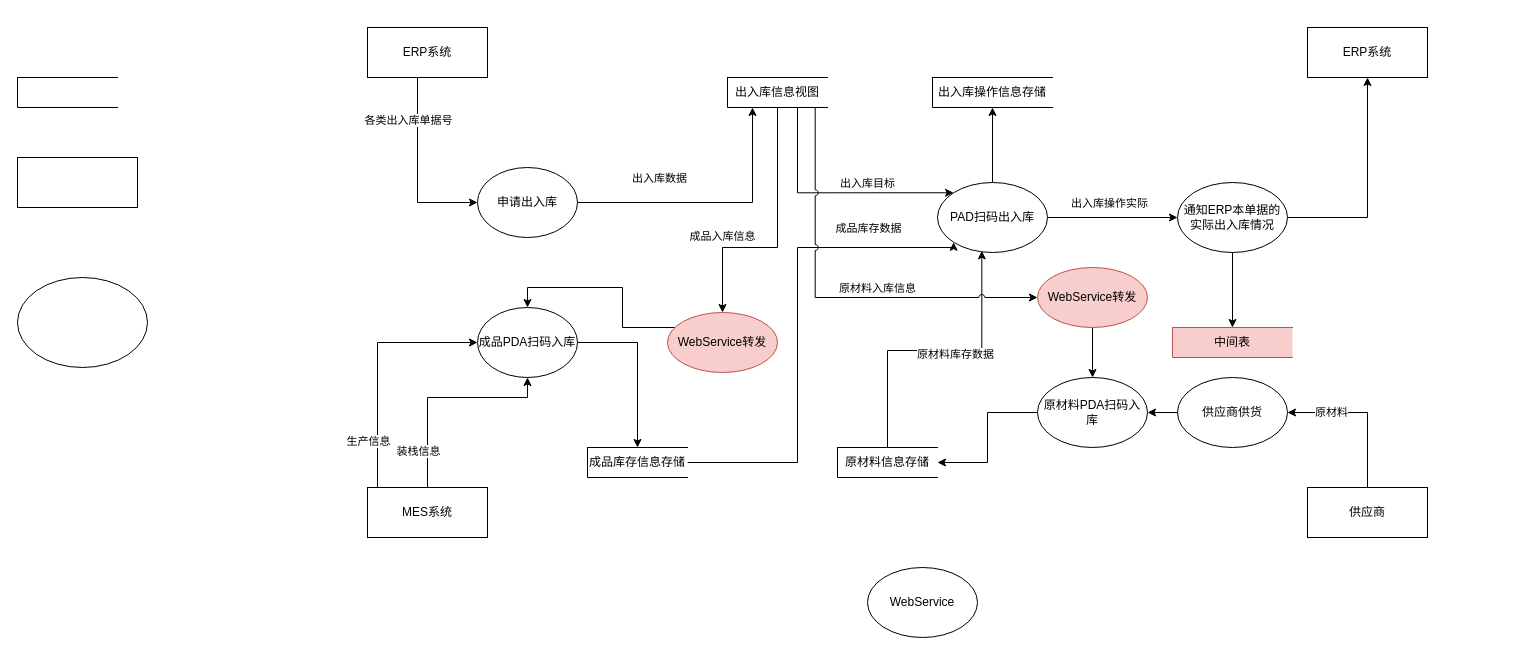
177-Liukuan/MyPicture keeps this draw.io diagram as wms数据流图.drawio. Above is the earlier version. Source tidied: cells renumbered, new cells numbered last; positions are measured from the earlier drawing's top-left corner, leaving out a move shared by most shapes. Both pictures are drawn from the tidied source at 100%, with x=0, y=0 at pixel (17, 27).
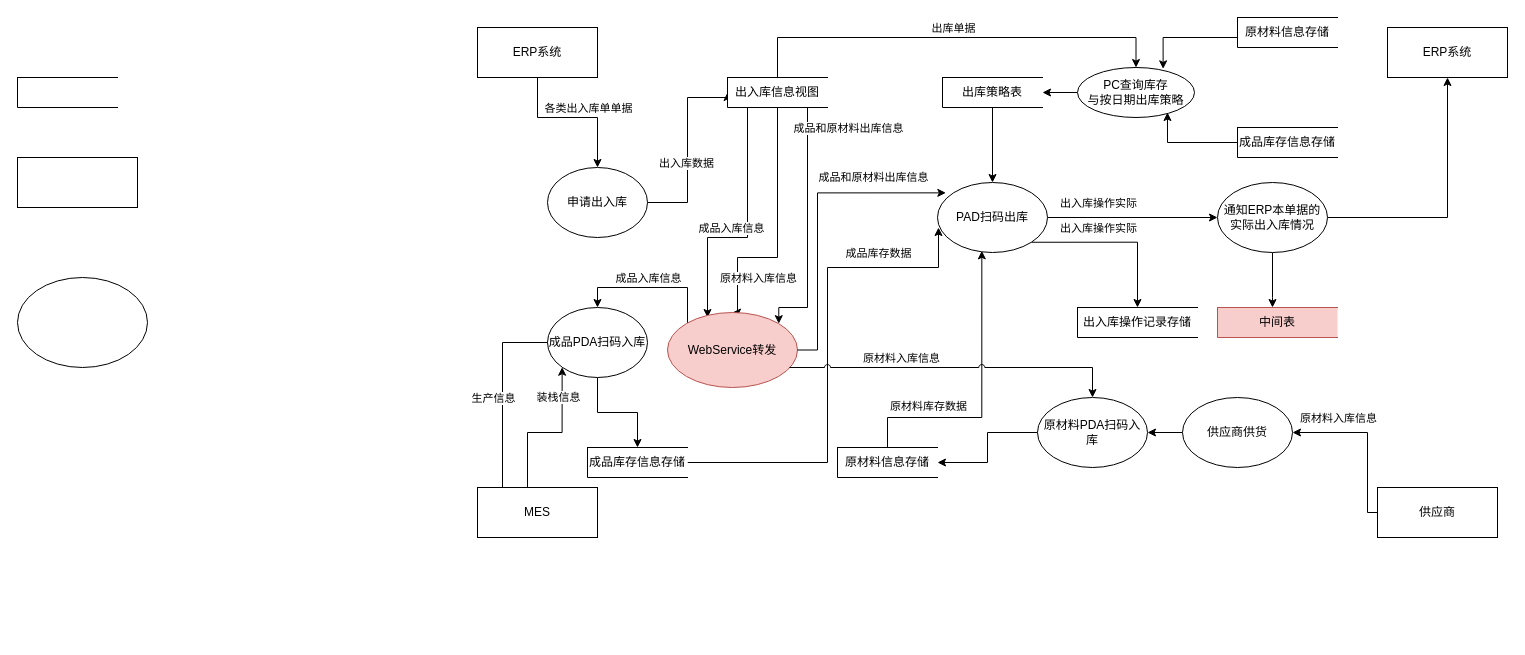
The same diagram, later.

Commit message (it also covers changes not shown here):
更新wms数据流图.drawio

Unchanged cells that the change refers to:
```xml
<mxCell id="15" value="出入库信息视图" style="html=1;dashed=0;whiteSpace=wrap;shape=partialRectangle;right=0;" parent="1" vertex="1">
  <mxGeometry x="710" y="50" width="100" height="30" as="geometry" />
</mxCell>
<mxCell id="24" style="edgeStyle=orthogonalEdgeStyle;rounded=0;jettySize=auto;html=1;" parent="1" edge="1" source="26" target="36">
  <mxGeometry relative="1" as="geometry" />
</mxCell>
<mxCell id="29" value="原材料信息存储" style="html=1;dashed=0;whiteSpace=wrap;shape=partialRectangle;right=0;" parent="1" vertex="1">
  <mxGeometry x="820" y="420" width="100" height="30" as="geometry" />
</mxCell>
<mxCell id="32" value="成品库存信息存储" style="html=1;dashed=0;whiteSpace=wrap;shape=partialRectangle;right=0;" parent="1" vertex="1">
  <mxGeometry x="570" y="420" width="100" height="30" as="geometry" />
</mxCell>
```

Change to the diagram source:
```diff
@@
-    <mxCell id="5" style="edgeStyle=orthogonalEdgeStyle;rounded=0;jettySize=auto;html=1;entryX=0;entryY=0.5;entryDx=0;entryDy=0;" parent="1" edge="1" source="7" target="10">
+    <mxCell id="5" style="edgeStyle=orthogonalEdgeStyle;rounded=0;jettySize=auto;html=1;entryX=0.5;entryY=0;entryDx=0;entryDy=0;" parent="1" edge="1" source="7" target="10">
       <mxGeometry relative="1" as="geometry">
         <Array as="points">
-          <mxPoint x="400" y="175" />
+          <mxPoint x="520" y="90" />
+          <mxPoint x="580" y="90" />
         </Array>
       </mxGeometry>
     </mxCell>
-    <mxCell id="6" value="各类出入库单据号" style="edgeLabel;html=1;align=center;verticalAlign=middle;" parent="5" vertex="1">
-      <mxGeometry x="0.02" relative="1" as="geometry">
-        <mxPoint x="-10" y="-52" as="offset" />
-      </mxGeometry>
-    </mxCell>
+    <mxCell id="53" value="各类出入库单单据" style="edgeLabel;html=1;align=center;verticalAlign=middle;" parent="5" vertex="1">
+      <mxGeometry x="-0.09" y="-2" relative="1" as="geometry">
+        <mxPoint x="22" y="-12" as="offset" />
+      </mxGeometry>
+    </mxCell>
     <mxCell id="7" value="ERP系统" style="rounded=0;whiteSpace=wrap;html=1;" parent="1" vertex="1">
-      <mxGeometry x="350" width="120" height="50" as="geometry" />
+      <mxGeometry x="460" width="120" height="50" as="geometry" />
     </mxCell>
-    <mxCell id="8" style="edgeStyle=orthogonalEdgeStyle;rounded=0;jettySize=auto;html=1;entryX=0.25;entryY=1;entryDx=0;entryDy=0;" parent="1" edge="1" source="10" target="15">
+    <mxCell id="8" style="edgeStyle=orthogonalEdgeStyle;rounded=0;jettySize=auto;html=1;entryX=0;entryY=0.5;entryDx=0;entryDy=0;" parent="1" edge="1" source="10" target="15">
       <mxGeometry relative="1" as="geometry">
         <Array as="points">
-          <mxPoint x="735" y="175" />
+          <mxPoint x="670" y="175" />
+          <mxPoint x="670" y="70" />
+          <mxPoint x="710" y="70" />
         </Array>
       </mxGeometry>
     </mxCell>
@@
     <mxCell id="10" value="申请出入库" style="ellipse;whiteSpace=wrap;html=1;" parent="1" vertex="1">
-      <mxGeometry x="460" y="140" width="100" height="70" as="geometry" />
+      <mxGeometry x="530" y="140" width="100" height="70" as="geometry" />
     </mxCell>
-    <mxCell id="11" style="edgeStyle=orthogonalEdgeStyle;rounded=0;jettySize=auto;html=1;entryX=0;entryY=0;entryDx=0;entryDy=0;" parent="1" edge="1" source="15" target="26">
-      <mxGeometry relative="1" as="geometry">
-        <Array as="points">
-          <mxPoint x="780" y="165" />
-        </Array>
-      </mxGeometry>
-    </mxCell>
-    <mxCell id="12" value="出入库目标" style="edgeLabel;html=1;align=center;verticalAlign=middle;" parent="11" vertex="1">
-      <mxGeometry x="0.11" y="2" relative="1" as="geometry">
-        <mxPoint x="21" y="-8" as="offset" />
-      </mxGeometry>
-    </mxCell>
-    <mxCell id="13" style="edgeStyle=orthogonalEdgeStyle;rounded=0;jettySize=auto;html=1;entryX=0.5;entryY=0;entryDx=0;entryDy=0;" parent="1" edge="1" source="15" target="52">
+    <mxCell id="13" style="edgeStyle=orthogonalEdgeStyle;rounded=0;jettySize=auto;html=1;" parent="1" edge="1" source="15">
       <mxGeometry relative="1" as="geometry">
+        <mxPoint x="690" y="290" as="targetPoint" />
         <Array as="points">
-          <mxPoint x="760" y="220" />
-          <mxPoint x="705" y="220" />
+          <mxPoint x="730" y="210" />
+          <mxPoint x="690" y="210" />
         </Array>
       </mxGeometry>
     </mxCell>
     <mxCell id="14" value="成品入库信息" style="edgeLabel;html=1;align=center;verticalAlign=middle;" parent="13" vertex="1">
       <mxGeometry x="0.35" y="4" relative="1" as="geometry">
-        <mxPoint x="-20" y="-16" as="offset" />
+        <mxPoint x="22" y="-14" as="offset" />
       </mxGeometry>
     </mxCell>
+    <mxCell id="54" style="edgeStyle=orthogonalEdgeStyle;rounded=0;jettySize=auto;html=1;entryX=0.5;entryY=0;entryDx=0;entryDy=0;" parent="1" edge="1" source="15" target="66">
+      <mxGeometry relative="1" as="geometry">
+        <Array as="points">
+          <mxPoint x="760" y="10" />
+          <mxPoint x="1119" y="10" />
+        </Array>
+      </mxGeometry>
+    </mxCell>
+    <mxCell id="55" value="出库单据" style="edgeLabel;html=1;align=center;verticalAlign=middle;" parent="54" vertex="1">
+      <mxGeometry x="-0.07" y="5" relative="1" as="geometry">
+        <mxPoint x="16" y="-5" as="offset" />
+      </mxGeometry>
+    </mxCell>
@@
-    <mxCell id="16" style="edgeStyle=orthogonalEdgeStyle;rounded=0;jettySize=auto;html=1;entryX=0;entryY=0.5;entryDx=0;entryDy=0;" parent="1" edge="1" source="20" target="22">
+    <mxCell id="16" style="edgeStyle=orthogonalEdgeStyle;rounded=0;orthogonalLoop=1;jettySize=auto;html=1;entryX=0;entryY=0.5;entryDx=0;entryDy=0;" parent="1" edge="1">
       <mxGeometry relative="1" as="geometry">
+        <mxPoint x="485" y="460" as="sourcePoint" />
+        <mxPoint x="555" y="315" as="targetPoint" />
         <Array as="points">
-          <mxPoint x="360" y="315" />
+          <mxPoint x="485" y="315" />
         </Array>
       </mxGeometry>
     </mxCell>
     <mxCell id="17" value="生产信息" style="edgeLabel;html=1;align=center;verticalAlign=middle;" parent="16" vertex="1">
       <mxGeometry x="-0.07" relative="1" as="geometry">
-        <mxPoint x="-10" y="67" as="offset" />
+        <mxPoint x="-10" y="10" as="offset" />
       </mxGeometry>
     </mxCell>
-    <mxCell id="18" style="edgeStyle=orthogonalEdgeStyle;rounded=0;jettySize=auto;html=1;" parent="1" edge="1" source="20" target="22">
+    <mxCell id="18" style="edgeStyle=orthogonalEdgeStyle;rounded=0;jettySize=auto;html=1;entryX=0;entryY=1;entryDx=0;entryDy=0;" parent="1" edge="1" source="20" target="22">
       <mxGeometry relative="1" as="geometry">
         <Array as="points">
-          <mxPoint x="410" y="370" />
-          <mxPoint x="510" y="370" />
+          <mxPoint x="510" y="405" />
+          <mxPoint x="545" y="405" />
         </Array>
       </mxGeometry>
     </mxCell>
     <mxCell id="19" value="装栈信息" style="edgeLabel;html=1;align=center;verticalAlign=middle;" parent="18" vertex="1">
-      <mxGeometry x="-0.74" y="-2" relative="1" as="geometry">
-        <mxPoint x="-12" y="-10" as="offset" />
+      <mxGeometry x="0.51" y="4" relative="1" as="geometry">
+        <mxPoint y="-8" as="offset" />
       </mxGeometry>
     </mxCell>
-    <mxCell id="20" value="MES系统" style="rounded=0;whiteSpace=wrap;html=1;" parent="1" vertex="1">
-      <mxGeometry x="350" y="460" width="120" height="50" as="geometry" />
+    <mxCell id="20" value="MES" style="rounded=0;whiteSpace=wrap;html=1;" parent="1" vertex="1">
+      <mxGeometry x="460" y="460" width="120" height="50" as="geometry" />
     </mxCell>
@@
     <mxCell id="22" value="成品PDA扫码入库" style="ellipse;whiteSpace=wrap;html=1;" parent="1" vertex="1">
-      <mxGeometry x="460" y="280" width="100" height="70" as="geometry" />
+      <mxGeometry x="530" y="280" width="100" height="70" as="geometry" />
     </mxCell>
-    <mxCell id="23" style="edgeStyle=orthogonalEdgeStyle;rounded=0;jettySize=auto;html=1;entryX=0.5;entryY=1;entryDx=0;entryDy=0;" parent="1" edge="1" source="26" target="33">
-      <mxGeometry relative="1" as="geometry" />
-    </mxCell>
@@
     <mxCell id="25" value="出入库操作实际" style="edgeLabel;html=1;align=center;verticalAlign=middle;" parent="24" vertex="1">
       <mxGeometry x="-0.33" y="3" relative="1" as="geometry">
-        <mxPoint x="17" y="-12" as="offset" />
+        <mxPoint x="-7" y="-12" as="offset" />
       </mxGeometry>
     </mxCell>
+    <mxCell id="23" style="edgeStyle=orthogonalEdgeStyle;rounded=0;jettySize=auto;html=1;exitX=1;exitY=1;exitDx=0;exitDy=0;entryX=0.5;entryY=0;entryDx=0;entryDy=0;" parent="1" edge="1" source="26" target="33">
+      <mxGeometry relative="1" as="geometry" />
+    </mxCell>
-    <mxCell id="26" value="PAD扫码出入库" style="ellipse;whiteSpace=wrap;html=1;" parent="1" vertex="1">
+    <mxCell id="26" value="PAD扫码出库" style="ellipse;whiteSpace=wrap;html=1;" parent="1" vertex="1">
       <mxGeometry x="920" y="155" width="110" height="70" as="geometry" />
     </mxCell>
     <mxCell id="27" style="edgeStyle=orthogonalEdgeStyle;rounded=0;jettySize=auto;html=1;entryX=0.403;entryY=0.976;entryDx=0;entryDy=0;entryPerimeter=0;" parent="1" edge="1" source="29" target="26">
       <mxGeometry relative="1" as="geometry">
         <Array as="points">
-          <mxPoint x="870" y="323" />
-          <mxPoint x="964" y="323" />
+          <mxPoint x="870" y="390" />
+          <mxPoint x="964" y="390" />
         </Array>
       </mxGeometry>
     </mxCell>
     <mxCell id="28" value="原材料库存数据" style="edgeLabel;html=1;align=center;verticalAlign=middle;" parent="27" vertex="1">
-      <mxGeometry x="0.13" y="-3" relative="1" as="geometry" />
+      <mxGeometry x="0.13" y="-3" relative="1" as="geometry">
+        <mxPoint x="-57" y="28" as="offset" />
+      </mxGeometry>
     </mxCell>
@@
-    <mxCell id="30" style="edgeStyle=orthogonalEdgeStyle;rounded=0;jettySize=auto;html=1;entryX=0;entryY=1;entryDx=0;entryDy=0;" parent="1" edge="1" source="32" target="26">
+    <mxCell id="30" style="edgeStyle=orthogonalEdgeStyle;rounded=0;jettySize=auto;html=1;entryX=0.009;entryY=0.643;entryDx=0;entryDy=0;entryPerimeter=0;jumpStyle=arc;" parent="1" edge="1" source="32" target="26">
       <mxGeometry relative="1" as="geometry">
         <Array as="points">
-          <mxPoint x="780" y="435" />
-          <mxPoint x="780" y="220" />
-          <mxPoint x="936" y="220" />
+          <mxPoint x="810" y="435" />
+          <mxPoint x="810" y="240" />
+          <mxPoint x="921" y="240" />
         </Array>
       </mxGeometry>
     </mxCell>
     <mxCell id="31" value="成品库存数据" style="edgeLabel;html=1;align=center;verticalAlign=middle;" parent="30" vertex="1">
       <mxGeometry x="-0.72" y="2" relative="1" as="geometry">
-        <mxPoint x="112" y="-233" as="offset" />
+        <mxPoint x="122" y="-208" as="offset" />
       </mxGeometry>
     </mxCell>
@@
-    <mxCell id="33" value="出入库操作信息存储" style="html=1;dashed=0;whiteSpace=wrap;shape=partialRectangle;right=0;" parent="1" vertex="1">
-      <mxGeometry x="915" y="50" width="120" height="30" as="geometry" />
+    <mxCell id="33" value="出入库操作记录存储" style="html=1;dashed=0;whiteSpace=wrap;shape=partialRectangle;right=0;" parent="1" vertex="1">
+      <mxGeometry x="1060" y="280" width="120" height="30" as="geometry" />
     </mxCell>
     <mxCell id="34" style="edgeStyle=orthogonalEdgeStyle;rounded=0;jettySize=auto;html=1;" parent="1" edge="1" source="36" target="37">
-      <mxGeometry relative="1" as="geometry" />
+      <mxGeometry relative="1" as="geometry">
+        <Array as="points">
+          <mxPoint x="1255" y="270" />
+          <mxPoint x="1255" y="270" />
+        </Array>
+      </mxGeometry>
     </mxCell>
@@
     <mxCell id="36" value="通知ERP本单据的实际出入库情况" style="ellipse;whiteSpace=wrap;html=1;" parent="1" vertex="1">
-      <mxGeometry x="1160" y="155" width="110" height="70" as="geometry" />
+      <mxGeometry x="1200" y="155" width="110" height="70" as="geometry" />
     </mxCell>
     <mxCell id="37" value="中间表" style="html=1;dashed=0;whiteSpace=wrap;shape=partialRectangle;right=0;fillColor=#f8cecc;strokeColor=#b85450;" parent="1" vertex="1">
-      <mxGeometry x="1155" y="300" width="120" height="30" as="geometry" />
+      <mxGeometry x="1200" y="280" width="120" height="30" as="geometry" />
     </mxCell>
     <mxCell id="38" value="ERP系统" style="rounded=0;whiteSpace=wrap;html=1;" parent="1" vertex="1">
-      <mxGeometry x="1290" width="120" height="50" as="geometry" />
+      <mxGeometry x="1370" width="120" height="50" as="geometry" />
     </mxCell>
     <mxCell id="39" style="edgeStyle=orthogonalEdgeStyle;rounded=0;jettySize=auto;html=1;entryX=1;entryY=0.5;entryDx=0;entryDy=0;" parent="1" edge="1" source="41" target="43">
       <mxGeometry relative="1" as="geometry">
         <Array as="points">
-          <mxPoint x="1350" y="385" />
+          <mxPoint x="1350" y="405" />
         </Array>
       </mxGeometry>
     </mxCell>
-    <mxCell id="40" value="原材料" style="edgeLabel;html=1;align=center;verticalAlign=middle;" parent="39" vertex="1">
-      <mxGeometry x="0.45" y="-1" relative="1" as="geometry" />
+    <mxCell id="40" value="原材料入库信息" style="edgeLabel;html=1;align=center;verticalAlign=middle;" parent="39" vertex="1">
+      <mxGeometry x="0.45" y="-1" relative="1" as="geometry">
+        <mxPoint y="-14" as="offset" />
+      </mxGeometry>
     </mxCell>
     <mxCell id="41" value="供应商" style="rounded=0;whiteSpace=wrap;html=1;" parent="1" vertex="1">
-      <mxGeometry x="1290" y="460" width="120" height="50" as="geometry" />
+      <mxGeometry x="1360" y="460" width="120" height="50" as="geometry" />
     </mxCell>
@@
     <mxCell id="43" value="供应商供货" style="ellipse;whiteSpace=wrap;html=1;" parent="1" vertex="1">
-      <mxGeometry x="1160" y="350" width="110" height="70" as="geometry" />
+      <mxGeometry x="1165" y="370" width="110" height="70" as="geometry" />
     </mxCell>
@@
     <mxCell id="45" value="原材料PDA扫码入库" style="ellipse;whiteSpace=wrap;html=1;" parent="1" vertex="1">
-      <mxGeometry x="1020" y="350" width="110" height="70" as="geometry" />
+      <mxGeometry x="1020" y="370" width="110" height="70" as="geometry" />
     </mxCell>
-    <mxCell id="46" value="WebService" style="ellipse;whiteSpace=wrap;html=1;" parent="1" vertex="1">
-      <mxGeometry x="850" y="540" width="110" height="70" as="geometry" />
-    </mxCell>
-    <mxCell id="47" style="endArrow=classic;html=1;rounded=0;exitX=0.877;exitY=1;exitDx=0;exitDy=0;exitPerimeter=0;edgeStyle=orthogonalEdgeStyle;jumpStyle=arc;entryX=0;entryY=0.5;entryDx=0;entryDy=0;" parent="1" edge="1" source="15" target="50">
+    <mxCell id="47" style="endArrow=classic;html=1;rounded=0;exitX=0.877;exitY=1;exitDx=0;exitDy=0;exitPerimeter=0;edgeStyle=orthogonalEdgeStyle;jumpStyle=arc;entryX=0.5;entryY=0;entryDx=0;entryDy=0;" parent="1" edge="1" source="15" target="52">
       <mxGeometry relative="1" as="geometry">
         <Array as="points">
-          <mxPoint x="798" y="270" />
+          <mxPoint x="760" y="80" />
+          <mxPoint x="760" y="230" />
+          <mxPoint x="720" y="230" />
+          <mxPoint x="720" y="285" />
         </Array>
       </mxGeometry>
     </mxCell>
     <mxCell id="48" value="原材料入库信息" style="edgeLabel;html=1;align=center;verticalAlign=middle;" parent="47" vertex="1">
       <mxGeometry x="0.17" y="-1" relative="1" as="geometry">
-        <mxPoint x="11" y="-11" as="offset" />
+        <mxPoint x="-19" y="40" as="offset" />
       </mxGeometry>
     </mxCell>
-    <mxCell id="49" style="edgeStyle=orthogonalEdgeStyle;rounded=0;jettySize=auto;html=1;" parent="1" edge="1" source="50" target="45">
-      <mxGeometry relative="1" as="geometry" />
-    </mxCell>
-    <mxCell id="50" value="WebService转发" style="ellipse;whiteSpace=wrap;html=1;fillColor=#f8cecc;strokeColor=#b85450;" parent="1" vertex="1">
-      <mxGeometry x="1020" y="240" width="110" height="60" as="geometry" />
-    </mxCell>
     <mxCell id="51" style="edgeStyle=orthogonalEdgeStyle;rounded=0;jettySize=auto;html=1;entryX=0.5;entryY=0;entryDx=0;entryDy=0;" parent="1" edge="1" source="52" target="22">
       <mxGeometry relative="1" as="geometry">
         <Array as="points">
-          <mxPoint x="605" y="300" />
-          <mxPoint x="605" y="260" />
-          <mxPoint x="510" y="260" />
+          <mxPoint x="670" y="260" />
+          <mxPoint x="580" y="260" />
         </Array>
       </mxGeometry>
     </mxCell>
     <mxCell id="52" value="WebService转发" style="ellipse;whiteSpace=wrap;html=1;fillColor=#f8cecc;strokeColor=#b85450;" parent="1" vertex="1">
-      <mxGeometry x="650" y="285" width="110" height="60" as="geometry" />
+      <mxGeometry x="650" y="285" width="130" height="75" as="geometry" />
     </mxCell>
+    <mxCell id="56" style="edgeStyle=orthogonalEdgeStyle;rounded=0;jettySize=auto;html=1;entryX=0.5;entryY=0;entryDx=0;entryDy=0;jumpStyle=arc;" parent="1" edge="1" target="45">
+      <mxGeometry relative="1" as="geometry">
+        <mxPoint x="772" y="340" as="sourcePoint" />
+        <Array as="points">
+          <mxPoint x="772" y="340" />
+          <mxPoint x="1075" y="340" />
+        </Array>
+      </mxGeometry>
+    </mxCell>
+    <mxCell id="57" value="成品入库信息" style="edgeLabel;html=1;align=center;verticalAlign=middle;" parent="1" vertex="1">
+      <mxGeometry x="630" y="250" as="geometry" />
+    </mxCell>
+    <mxCell id="58" value="原材料入库信息" style="edgeLabel;html=1;align=center;verticalAlign=middle;" parent="1" vertex="1">
+      <mxGeometry x="760" y="280" as="geometry">
+        <mxPoint x="123" y="50" as="offset" />
+      </mxGeometry>
+    </mxCell>
+    <mxCell id="59" style="endArrow=classic;html=1;rounded=0;entryX=1;entryY=0;entryDx=0;entryDy=0;edgeStyle=orthogonalEdgeStyle;" parent="1" edge="1" target="52">
+      <mxGeometry relative="1" as="geometry">
+        <mxPoint x="780" y="80" as="sourcePoint" />
+        <Array as="points">
+          <mxPoint x="790" y="80" />
+          <mxPoint x="790" y="280" />
+          <mxPoint x="761" y="280" />
+        </Array>
+      </mxGeometry>
+    </mxCell>
+    <mxCell id="60" value="成品和原材料出库信息" style="edgeLabel;html=1;align=center;verticalAlign=middle;" parent="59" vertex="1">
+      <mxGeometry x="-0.32" y="2" relative="1" as="geometry">
+        <mxPoint x="38" y="-57" as="offset" />
+      </mxGeometry>
+    </mxCell>
+    <mxCell id="61" style="edgeStyle=orthogonalEdgeStyle;rounded=0;jettySize=auto;html=1;entryX=0.076;entryY=0.148;entryDx=0;entryDy=0;entryPerimeter=0;" parent="1" edge="1" source="52" target="26">
+      <mxGeometry relative="1" as="geometry">
+        <Array as="points">
+          <mxPoint x="800" y="323" />
+          <mxPoint x="800" y="165" />
+        </Array>
+      </mxGeometry>
+    </mxCell>
+    <mxCell id="62" value="成品和原材料出库信息" style="edgeLabel;html=1;align=center;verticalAlign=middle;" parent="1" vertex="1">
+      <mxGeometry x="840" y="120" as="geometry">
+        <mxPoint x="15" y="29" as="offset" />
+      </mxGeometry>
+    </mxCell>
+    <mxCell id="63" style="edgeStyle=orthogonalEdgeStyle;rounded=0;jettySize=auto;html=1;entryX=0.5;entryY=0;entryDx=0;entryDy=0;" parent="1" edge="1" source="64" target="26">
+      <mxGeometry relative="1" as="geometry" />
+    </mxCell>
+    <mxCell id="64" value="出库策略表" style="html=1;dashed=0;whiteSpace=wrap;shape=partialRectangle;right=0;" parent="1" vertex="1">
+      <mxGeometry x="925" y="50" width="100" height="30" as="geometry" />
+    </mxCell>
+    <mxCell id="65" style="edgeStyle=orthogonalEdgeStyle;rounded=0;jettySize=auto;html=1;" parent="1" edge="1" source="66" target="64">
+      <mxGeometry relative="1" as="geometry" />
+    </mxCell>
+    <mxCell id="66" value="PC查询库存&lt;br&gt;与按日期出库策略" style="ellipse;whiteSpace=wrap;html=1;" parent="1" vertex="1">
+      <mxGeometry x="1060" y="40" width="117" height="50" as="geometry" />
+    </mxCell>
+    <mxCell id="67" value="成品库存信息存储" style="html=1;dashed=0;whiteSpace=wrap;shape=partialRectangle;right=0;" parent="1" vertex="1">
+      <mxGeometry x="1220" y="100" width="100" height="30" as="geometry" />
+    </mxCell>
+    <mxCell id="68" value="原材料信息存储" style="html=1;dashed=0;whiteSpace=wrap;shape=partialRectangle;right=0;" parent="1" vertex="1">
+      <mxGeometry x="1220" y="-10" width="100" height="30" as="geometry" />
+    </mxCell>
+    <mxCell id="69" style="edgeStyle=orthogonalEdgeStyle;rounded=0;jettySize=auto;html=1;entryX=0.732;entryY=0.027;entryDx=0;entryDy=0;entryPerimeter=0;" parent="1" edge="1" source="68" target="66">
+      <mxGeometry relative="1" as="geometry">
+        <Array as="points">
+          <mxPoint x="1146" y="10" />
+        </Array>
+      </mxGeometry>
+    </mxCell>
+    <mxCell id="70" style="edgeStyle=orthogonalEdgeStyle;rounded=0;jettySize=auto;html=1;entryX=0.769;entryY=0.9;entryDx=0;entryDy=0;entryPerimeter=0;" parent="1" edge="1" source="67" target="66">
+      <mxGeometry relative="1" as="geometry" />
+    </mxCell>
+    <mxCell id="71" value="出入库操作实际" style="edgeLabel;html=1;align=center;verticalAlign=middle;" parent="1" vertex="1">
+      <mxGeometry x="1080" y="200" as="geometry" />
+    </mxCell>
```
